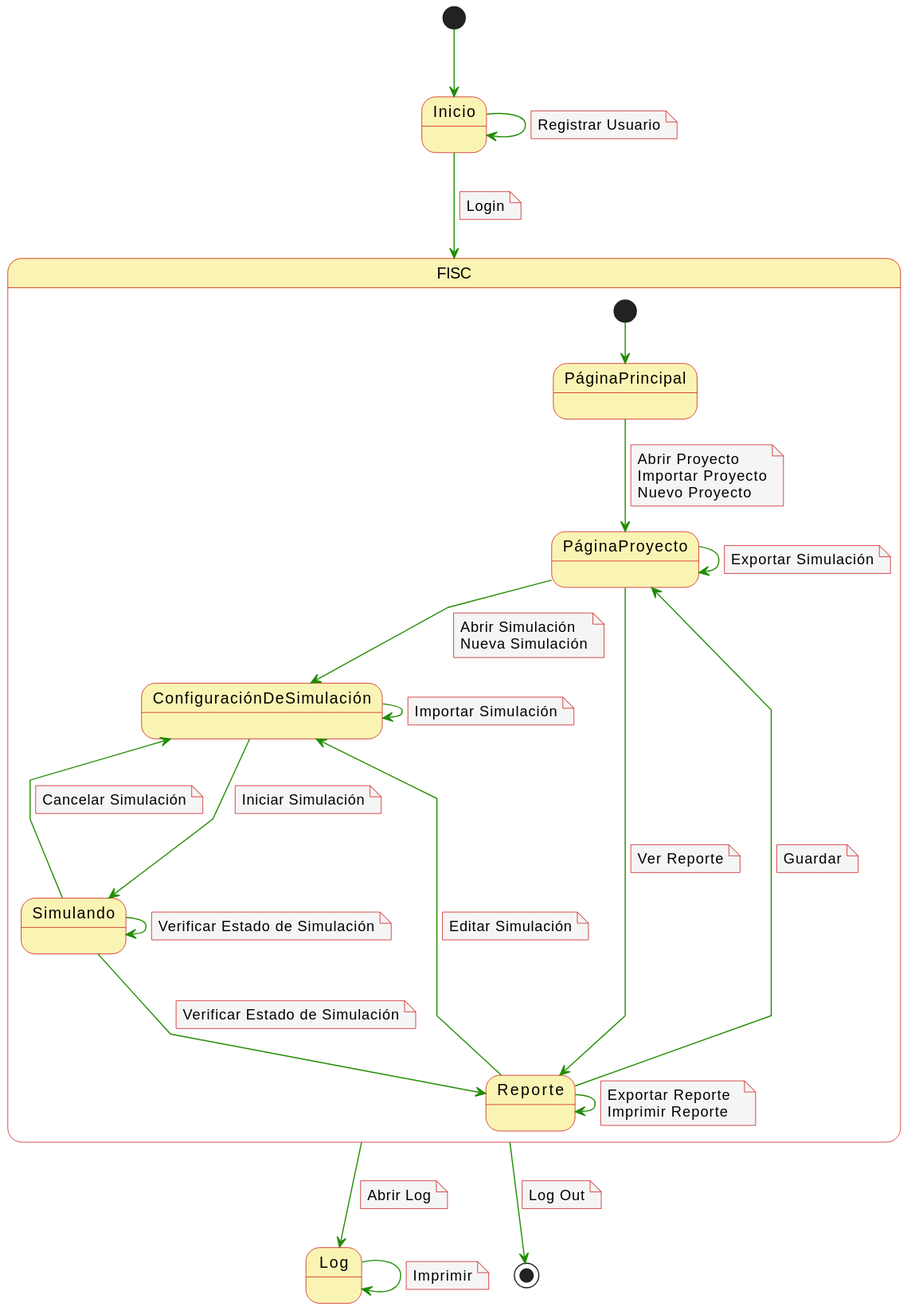
Above: imagenes/casosDeUso/diagramaContexto.svg in mmasias/23-24-IdSw1-SDR (PlantUML), before the change.
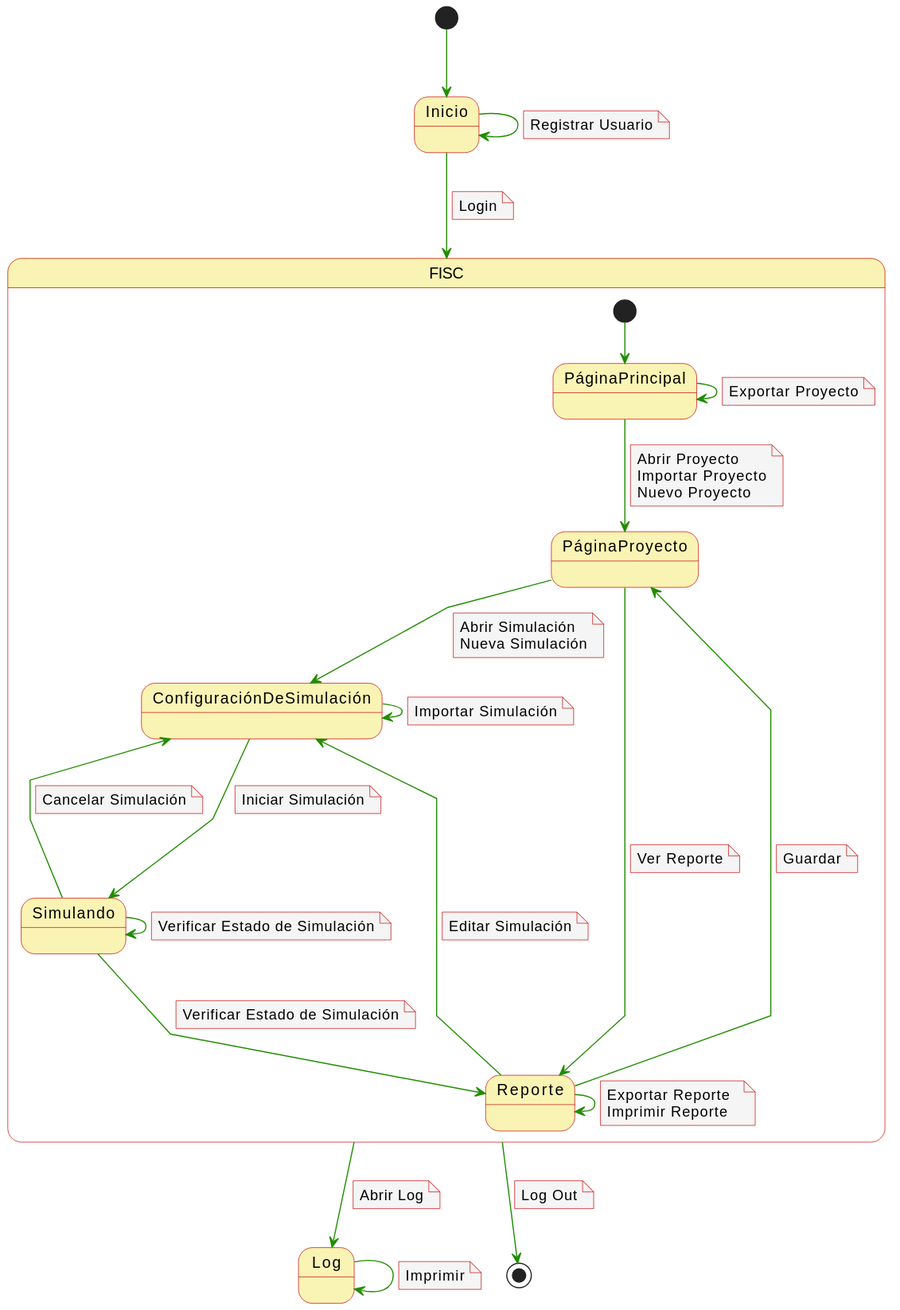
After the change.

What changed in the source:
```diff
@@ -28,6 +28,11 @@
   Nuevo Proyecto
 end note
 
+PáginaPrincipal -d-> PáginaPrincipal
+note on link
+  Exportar Proyecto
+end note
+
 PáginaProyecto -d-> ConfiguraciónDeSimulación
 note on link
   Abrir Simulación
@@ -36,10 +41,6 @@
 PáginaProyecto ---> Reporte
 note on link
   Ver Reporte
-end note
-PáginaProyecto ---> PáginaProyecto
-note on link
-  Exportar Simulación
 end note
 
 ConfiguraciónDeSimulación -d-> Simulando
```
